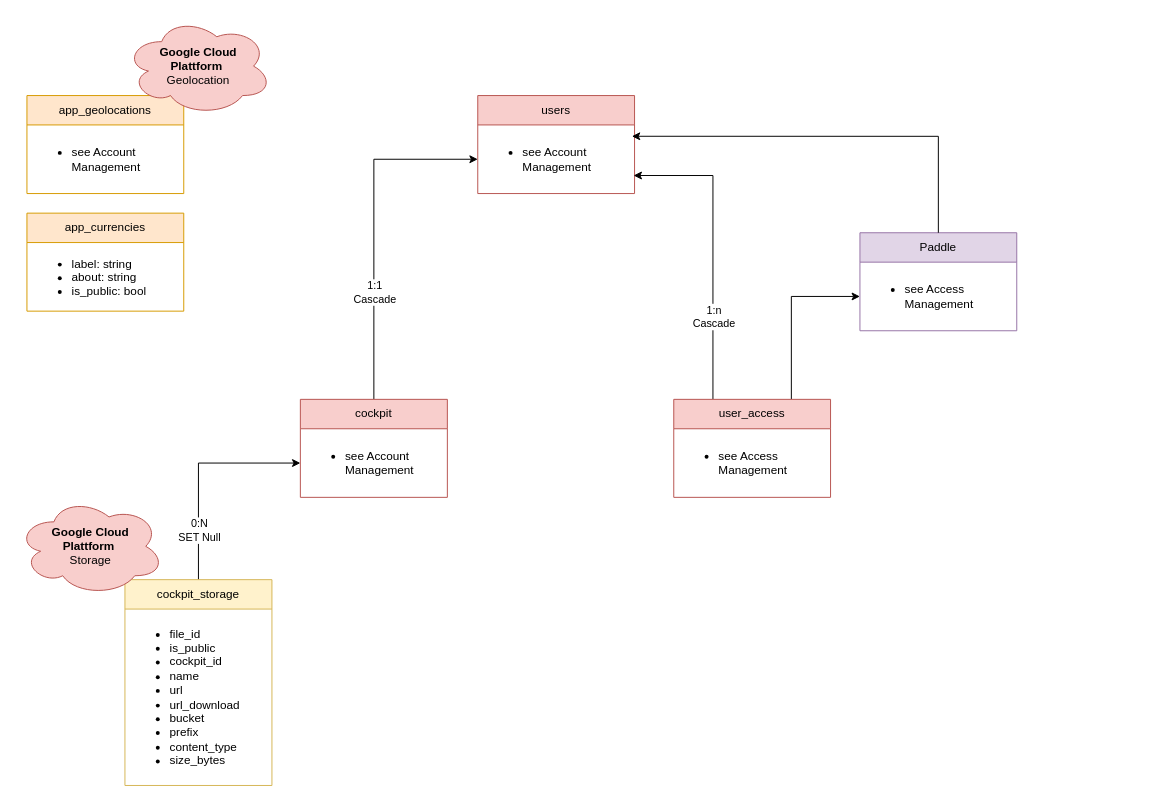
Above: docs/DB Model.drawio in CarlsonBuma/app-template (draw.io), before the change. Source tidied: cells renumbered, new cells numbered last; positions are measured from the earlier drawing's top-left corner, leaving out a move shared by most shapes. Both pictures are drawn from the tidied source at 98%, with x=0, y=0 at pixel (17, 17).
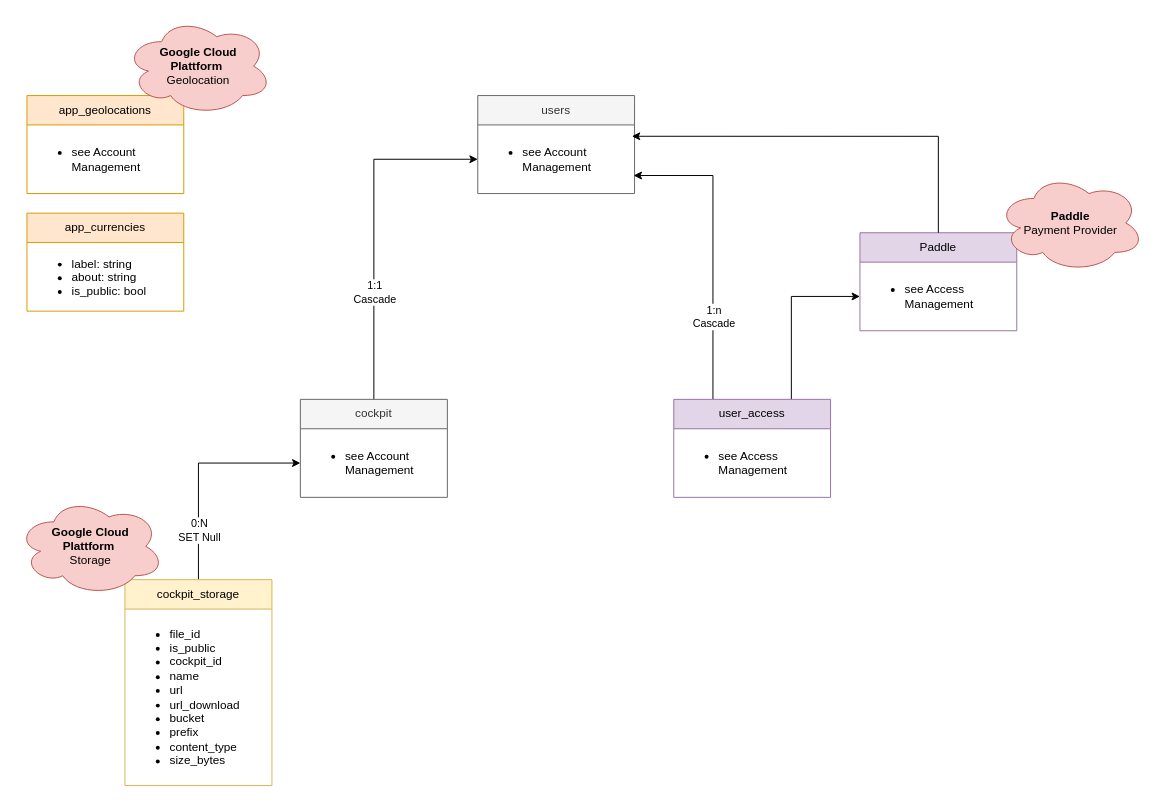
After the change.

What changed in the source:
```diff
@@
-    <mxCell id="4" value="cockpit" style="swimlane;fontStyle=0;horizontal=1;startSize=30;whiteSpace=wrap;html=1;fillColor=#f8cecc;strokeColor=#b85450;" parent="1" vertex="1">
+    <mxCell id="4" value="cockpit" style="swimlane;fontStyle=0;horizontal=1;startSize=30;whiteSpace=wrap;html=1;fillColor=#f5f5f5;strokeColor=#666666;fontColor=#333333;" parent="1" vertex="1">
       <mxGeometry x="289" y="390" width="150" height="100" as="geometry" />
     </mxCell>
@@
-    <mxCell id="8" value="users" style="swimlane;fontStyle=0;horizontal=1;startSize=30;whiteSpace=wrap;html=1;fillColor=#f8cecc;strokeColor=#b85450;" parent="1" vertex="1">
+    <mxCell id="8" value="users" style="swimlane;fontStyle=0;horizontal=1;startSize=30;whiteSpace=wrap;html=1;fillColor=#f5f5f5;strokeColor=#666666;fontColor=#333333;" parent="1" vertex="1">
       <mxGeometry x="470" y="80" width="160" height="100" as="geometry" />
     </mxCell>
@@
-    <mxCell id="23" value="user_access" style="swimlane;fontStyle=0;horizontal=1;startSize=30;whiteSpace=wrap;html=1;fillColor=#f8cecc;strokeColor=#b85450;" parent="1" vertex="1">
+    <mxCell id="23" value="user_access" style="swimlane;fontStyle=0;horizontal=1;startSize=30;whiteSpace=wrap;html=1;fillColor=#e1d5e7;strokeColor=#9673a6;" parent="1" vertex="1">
       <mxGeometry x="670" y="390" width="160" height="100" as="geometry" />
     </mxCell>
@@
+    <mxCell id="26" value="&lt;b&gt;Paddle&lt;/b&gt;&lt;div&gt;Payment Provider&lt;/div&gt;" style="ellipse;shape=cloud;whiteSpace=wrap;html=1;fillColor=#f8cecc;strokeColor=#b85450;" parent="1" vertex="1">
+      <mxGeometry x="1000" y="160" width="150" height="100" as="geometry" />
+    </mxCell>
```
